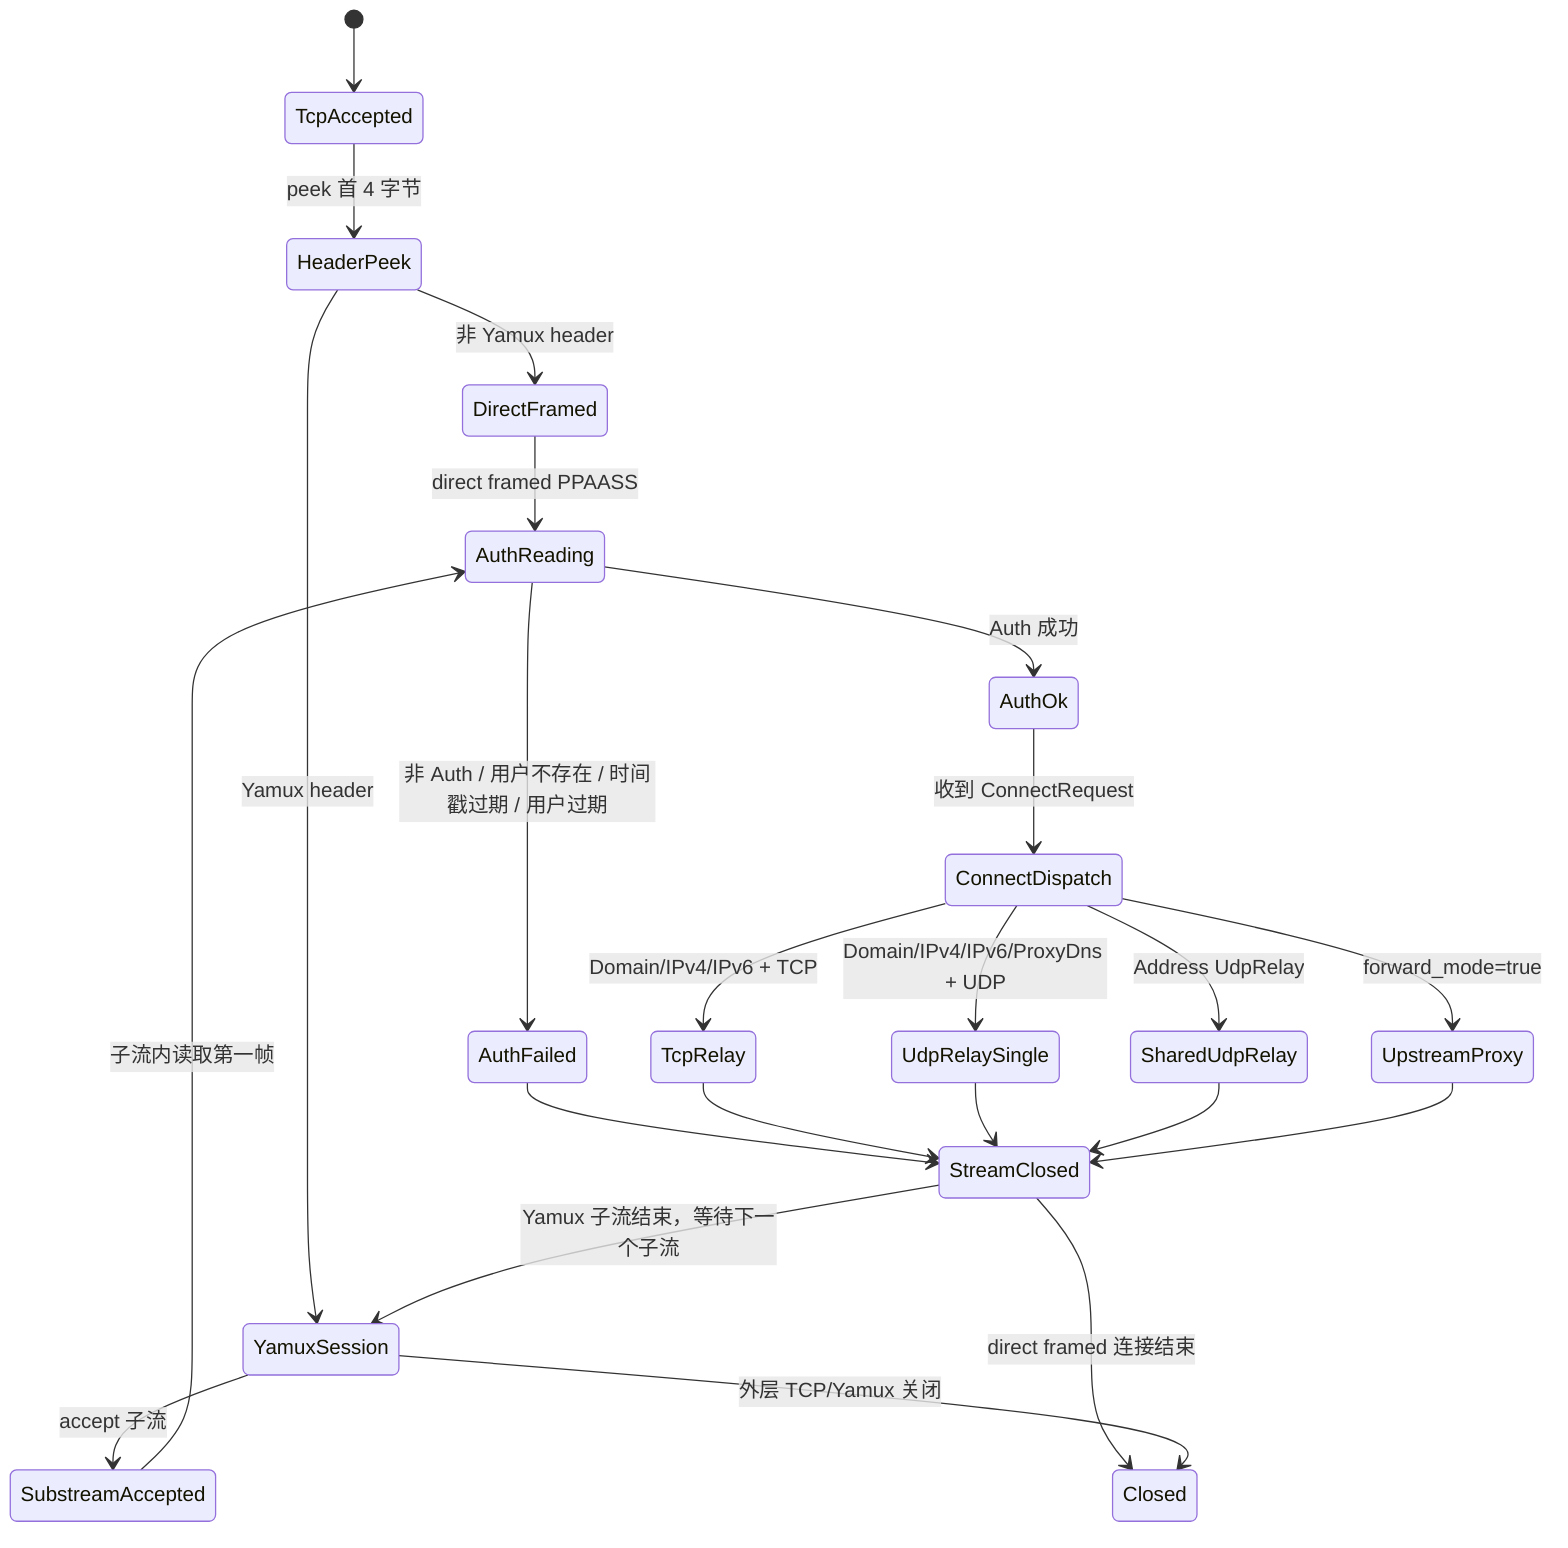
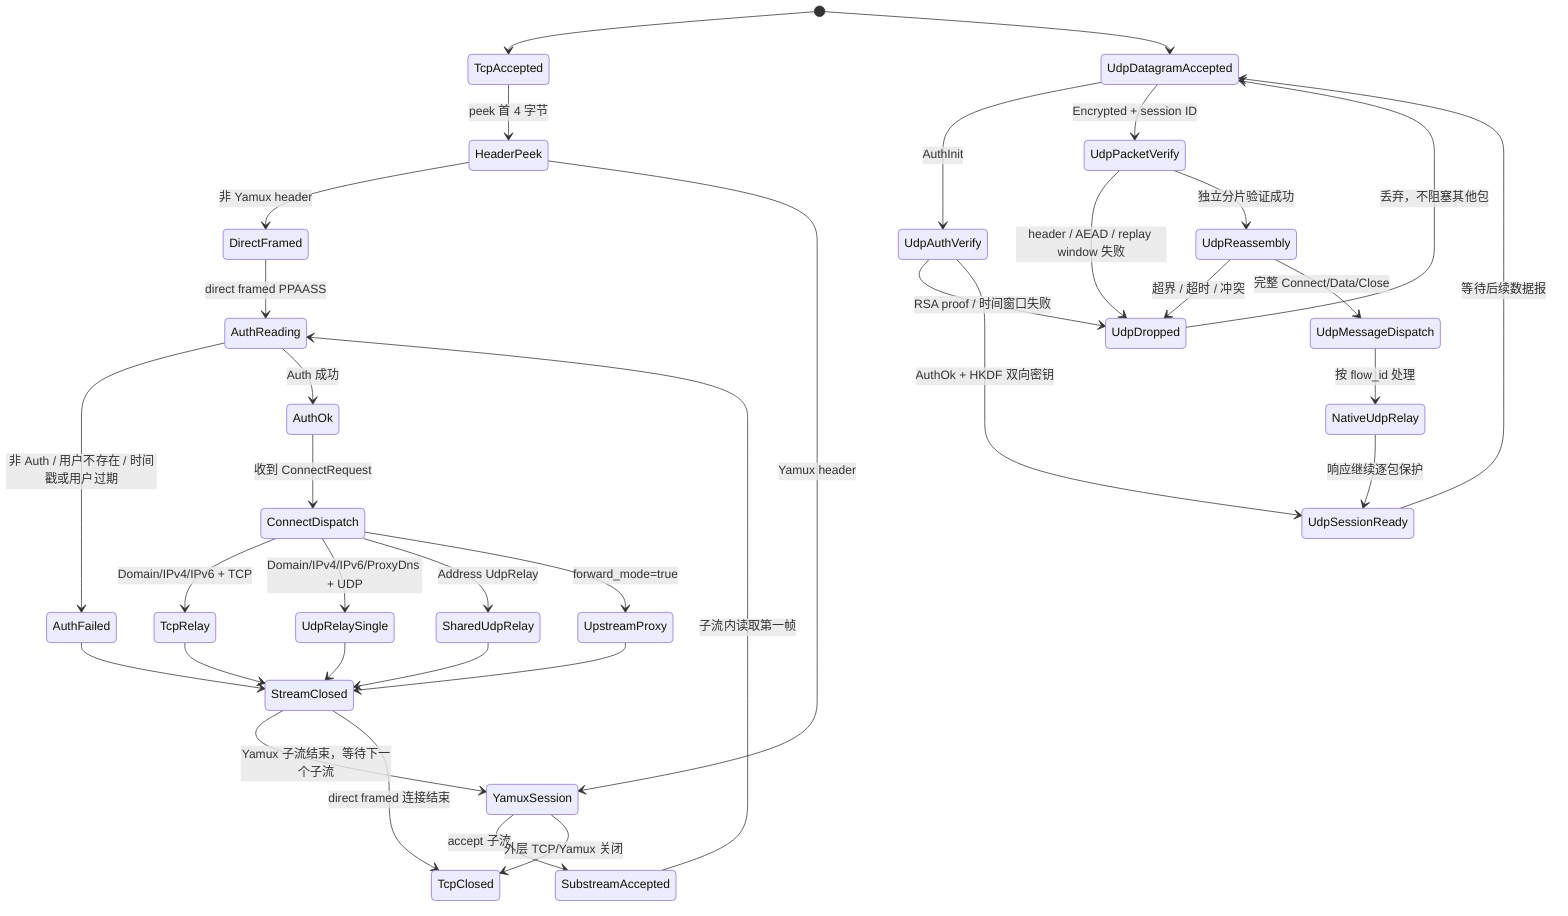
stateDiagram-v2
    [*] --> TcpAccepted
    TcpAccepted --> HeaderPeek: peek 首 4 字节
    HeaderPeek --> DirectFramed: 非 Yamux header
    HeaderPeek --> YamuxSession: Yamux header
    DirectFramed --> AuthReading: direct framed PPAASS
    YamuxSession --> SubstreamAccepted: accept 子流
    SubstreamAccepted --> AuthReading: 子流内读取第一帧
-     AuthReading --> AuthFailed: 非 Auth / 用户不存在 / 时间戳过期 / 用户过期
+     AuthReading --> AuthFailed: 非 Auth / 用户不存在 / 时间戳或用户过期
    AuthFailed --> StreamClosed
    AuthReading --> AuthOk: Auth 成功
    AuthOk --> ConnectDispatch: 收到 ConnectRequest
    ConnectDispatch --> TcpRelay: Domain/IPv4/IPv6 + TCP
    ConnectDispatch --> UdpRelaySingle: Domain/IPv4/IPv6/ProxyDns + UDP
    ConnectDispatch --> SharedUdpRelay: Address UdpRelay
    ConnectDispatch --> UpstreamProxy: forward_mode=true
    TcpRelay --> StreamClosed
    UdpRelaySingle --> StreamClosed
    SharedUdpRelay --> StreamClosed
    UpstreamProxy --> StreamClosed
    StreamClosed --> YamuxSession: Yamux 子流结束，等待下一个子流
-     StreamClosed --> Closed: direct framed 连接结束
-     YamuxSession --> Closed: 外层 TCP/Yamux 关闭
+     StreamClosed --> TcpClosed: direct framed 连接结束
+     YamuxSession --> TcpClosed: 外层 TCP/Yamux 关闭
+ 
+     [*] --> UdpDatagramAccepted
+     UdpDatagramAccepted --> UdpAuthVerify: AuthInit
+     UdpAuthVerify --> UdpDropped: RSA proof / 时间窗口失败
+     UdpAuthVerify --> UdpSessionReady: AuthOk + HKDF 双向密钥
+     UdpDatagramAccepted --> UdpPacketVerify: Encrypted + session ID
+     UdpPacketVerify --> UdpDropped: header / AEAD / replay window 失败
+     UdpPacketVerify --> UdpReassembly: 独立分片验证成功
+     UdpReassembly --> UdpDropped: 超界 / 超时 / 冲突
+     UdpReassembly --> UdpMessageDispatch: 完整 Connect/Data/Close
+     UdpMessageDispatch --> NativeUdpRelay: 按 flow_id 处理
+     NativeUdpRelay --> UdpSessionReady: 响应继续逐包保护
+     UdpSessionReady --> UdpDatagramAccepted: 等待后续数据报
+     UdpDropped --> UdpDatagramAccepted: 丢弃，不阻塞其他包
